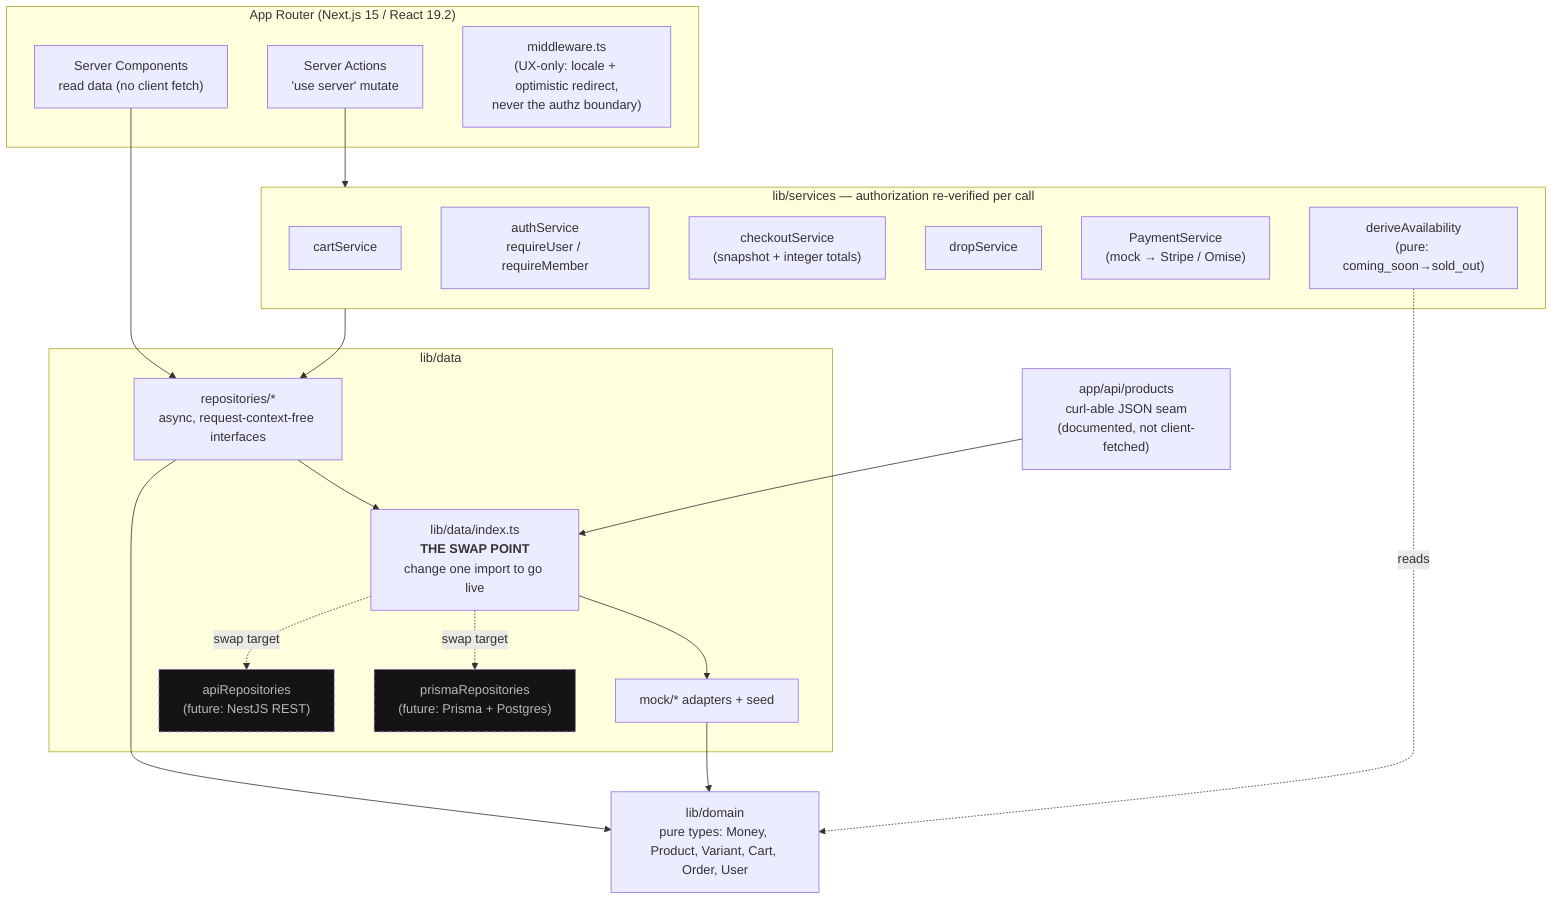
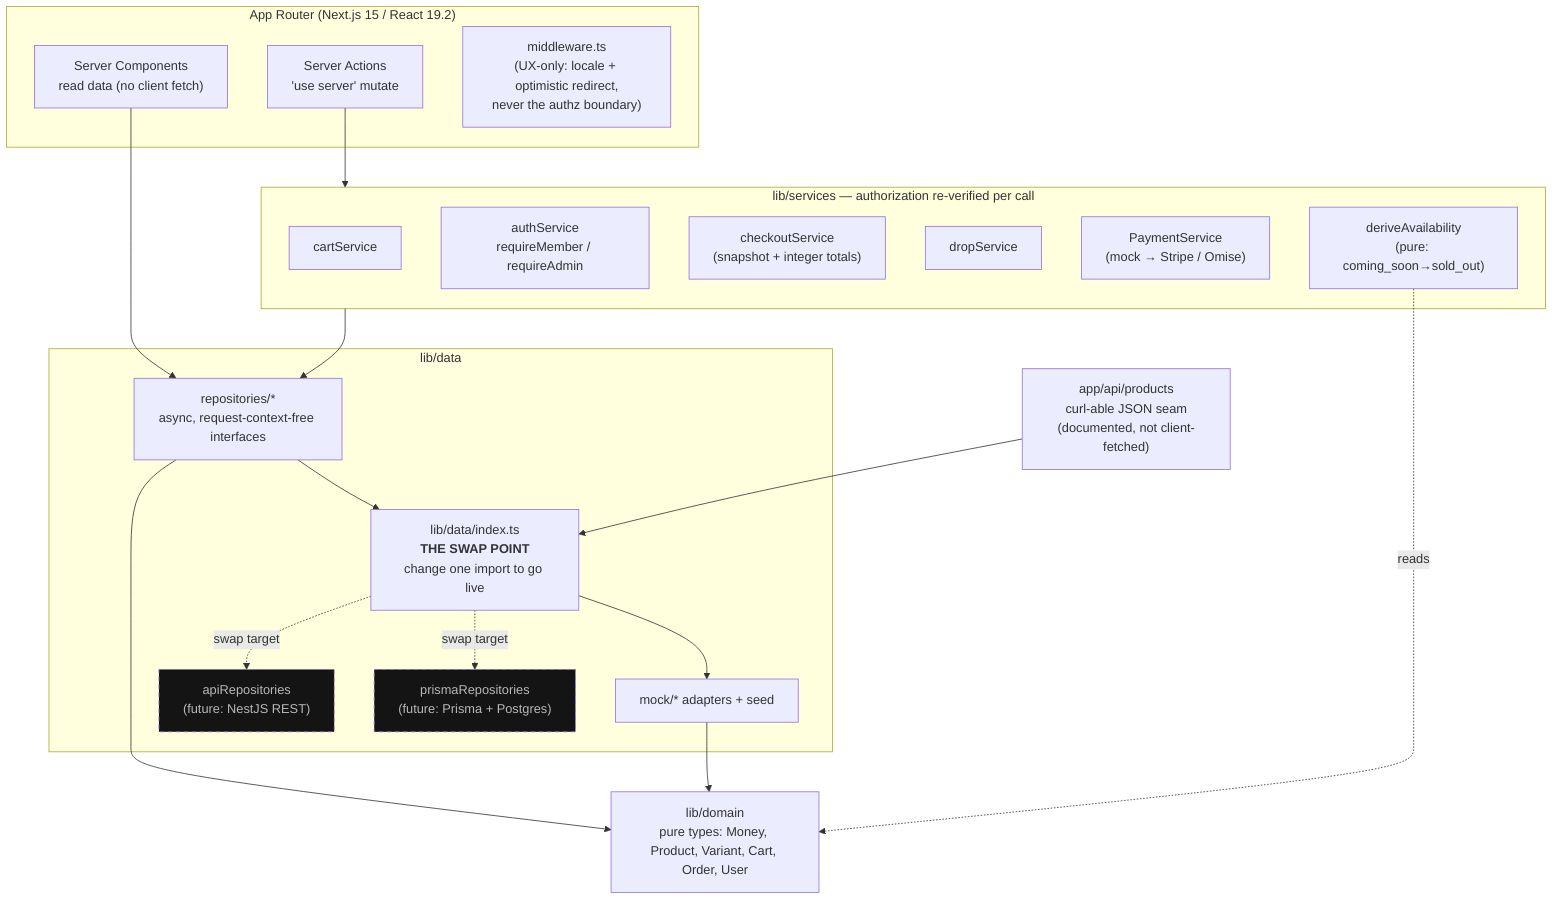
%% VANTA® — layered architecture. The single swap point is lib/data/index.ts.
%% Render: npx -y @mermaid-js/mermaid-cli -i architecture.mmd -o architecture.svg
flowchart TD
  subgraph UI["App Router (Next.js 15 / React 19.2)"]
    RSC["Server Components<br/>read data (no client fetch)"]
    SA["Server Actions<br/>'use server' mutate"]
    MW["middleware.ts<br/>(UX-only: locale + optimistic redirect,<br/>never the authz boundary)"]
  end

  subgraph SVC["lib/services — authorization re-verified per call"]
    CART["cartService"]
-     AUTH["authService<br/>requireUser / requireMember"]
+     AUTH["authService<br/>requireMember / requireAdmin"]
    CHK["checkoutService<br/>(snapshot + integer totals)"]
    DROP["dropService"]
    PAY["PaymentService<br/>(mock → Stripe / Omise)"]
    AVAIL["deriveAvailability<br/>(pure: coming_soon→sold_out)"]
  end

  subgraph DATA["lib/data"]
    SWAP["lib/data/index.ts<br/><b>THE SWAP POINT</b><br/>change one import to go live"]
    REPO["repositories/*<br/>async, request-context-free interfaces"]
    MOCK["mock/* adapters + seed"]
    PRISMA["prismaRepositories<br/>(future: Prisma + Postgres)"]:::future
    APIREPO["apiRepositories<br/>(future: NestJS REST)"]:::future
  end

  DOMAIN["lib/domain<br/>pure types: Money, Product, Variant, Cart, Order, User"]
  APIROUTE["app/api/products<br/>curl-able JSON seam<br/>(documented, not client-fetched)"]

  RSC --> REPO
  SA --> SVC
  SVC --> REPO
  AVAIL -.reads.-> DOMAIN
  REPO --> SWAP
  SWAP --> MOCK
  SWAP -.swap target.-> PRISMA
  SWAP -.swap target.-> APIREPO
  APIROUTE --> SWAP
  REPO --> DOMAIN
  MOCK --> DOMAIN

  classDef future stroke-dasharray: 5 5,fill:#141414,color:#B8B8B8;
